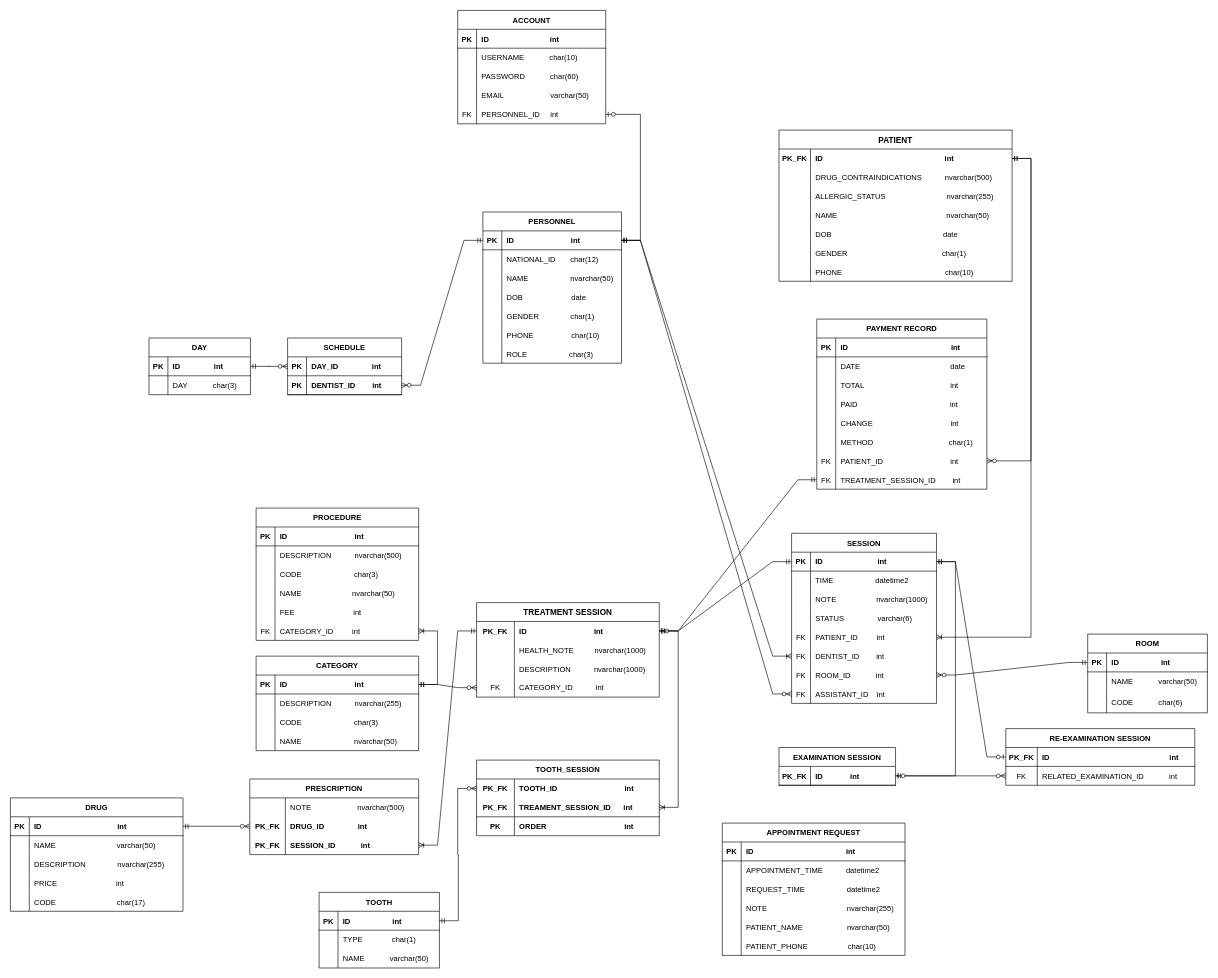
The draw.io diagram diagrams/physical-diagram.drawio in nibtr/clinic-db, before the edit. Source tidied: cells renumbered, new cells numbered last; positions are measured from the earlier drawing's top-left corner, leaving out a move shared by most shapes. Both pictures are drawn from the tidied source at 63%, with x=0, y=0 at pixel (10, 10).
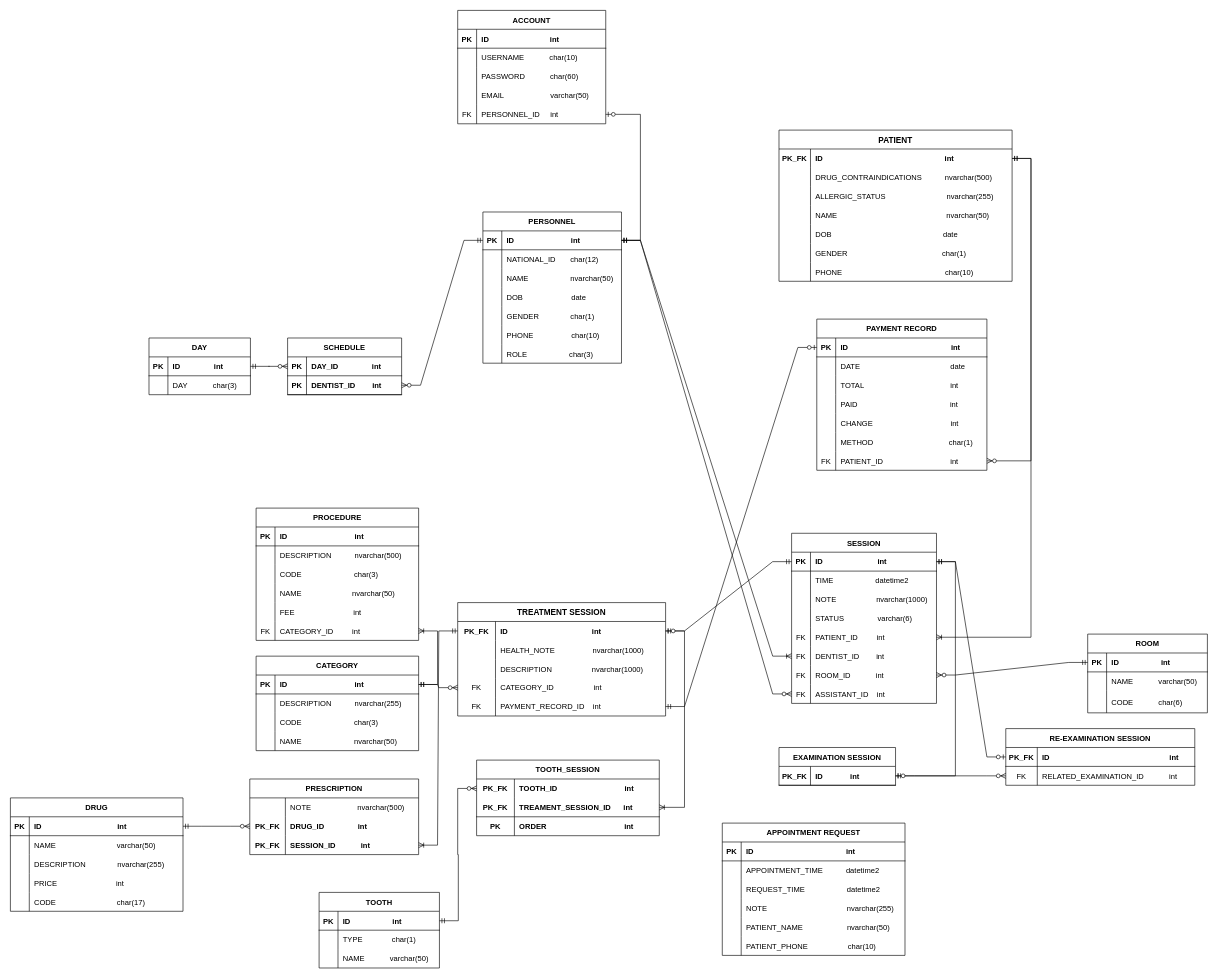
Above is the later version.

Commit message (it also covers changes not shown here):
update: fix 1-1 to 1-0 on Session-PaymentRecord

Unchanged cells that the change refers to:
```xml
<mxCell id="63" style="shape=tableRow;horizontal=0;startSize=0;swimlaneHead=0;swimlaneBody=0;fillColor=none;points=[[0,0.5],[1,0.5]];portConstraint=eastwest;top=0;left=0;right=0;bottom=1;fontSize=12;" parent="62" vertex="1">
  <mxGeometry y="30" width="270" height="30" as="geometry" />
</mxCell>
```

The edit, as a diff of the source:
```diff
@@
     <mxCell id="62" value="PAYMENT RECORD" style="shape=table;startSize=30;childLayout=tableLayout;rowLines=0;fontStyle=1;align=center;fontSize=12;" parent="1" vertex="1">
-      <mxGeometry x="1280" y="490" width="270" height="270" as="geometry" />
+      <mxGeometry x="1280" y="490" width="270" height="240" as="geometry" />
     </mxCell>
@@
-    <mxCell id="84" style="shape=tableRow;horizontal=0;startSize=0;swimlaneHead=0;swimlaneBody=0;fillColor=none;points=[[0,0.5],[1,0.5]];portConstraint=eastwest;top=0;left=0;right=0;bottom=0;fontSize=12;" parent="62" vertex="1">
-      <mxGeometry y="240" width="270" height="30" as="geometry" />
-    </mxCell>
-    <mxCell id="85" value="FK" style="shape=partialRectangle;fillColor=none;top=0;left=0;bottom=0;right=0;overflow=hidden;fontSize=12;" parent="84" vertex="1">
-      <mxGeometry width="30" height="30" as="geometry" />
-    </mxCell>
-    <mxCell id="86" value="TREATMENT_SESSION_ID        int" style="shape=partialRectangle;fillColor=none;top=0;left=0;bottom=0;right=0;align=left;spacingLeft=6;overflow=hidden;fontSize=12;" parent="84" vertex="1">
-      <mxGeometry x="30" width="240" height="30" as="geometry" />
-    </mxCell>
@@
     <mxCell id="122" value="TREATMENT SESSION" style="shape=table;startSize=30;childLayout=tableLayout;rowLines=0;fontStyle=1;align=center;fontSize=13;" parent="1" vertex="1">
-      <mxGeometry x="740" y="940" width="290" height="150" as="geometry" />
+      <mxGeometry x="710" y="940" width="330" height="180" as="geometry" />
     </mxCell>
     <mxCell id="123" style="shape=tableRow;horizontal=0;startSize=0;swimlaneHead=0;swimlaneBody=0;fillColor=none;points=[[0,0.5],[1,0.5]];portConstraint=eastwest;top=0;left=0;right=0;bottom=0;fontSize=18;" parent="122" vertex="1">
-      <mxGeometry y="30" width="290" height="30" as="geometry" />
+      <mxGeometry y="30" width="330" height="30" as="geometry" />
     </mxCell>
@@
-    <mxCell id="125" value="ID                                int" style="shape=partialRectangle;fillColor=none;top=0;left=0;bottom=0;right=0;align=left;spacingLeft=6;overflow=hidden;fontSize=12;fontStyle=1;" parent="123" vertex="1">
-      <mxGeometry x="60" width="230" height="30" as="geometry" />
+    <mxCell id="125" value="ID                                        int" style="shape=partialRectangle;fillColor=none;top=0;left=0;bottom=0;right=0;align=left;spacingLeft=6;overflow=hidden;fontSize=12;fontStyle=1;" parent="123" vertex="1">
+      <mxGeometry x="60" width="270" height="30" as="geometry" />
     </mxCell>
     <mxCell id="126" style="shape=tableRow;horizontal=0;startSize=0;swimlaneHead=0;swimlaneBody=0;fillColor=none;top=0;left=0;right=0;bottom=0;fontSize=18;" parent="122" vertex="1">
-      <mxGeometry y="60" width="290" height="30" as="geometry" />
+      <mxGeometry y="60" width="330" height="30" as="geometry" />
     </mxCell>
@@
-    <mxCell id="128" value="HEALTH_NOTE          nvarchar(1000)" style="shape=partialRectangle;fillColor=none;top=0;left=0;bottom=0;right=0;align=left;spacingLeft=6;overflow=hidden;fontSize=12;" parent="126" vertex="1">
-      <mxGeometry x="60" width="230" height="30" as="geometry" />
+    <mxCell id="128" value="HEALTH_NOTE                  nvarchar(1000)" style="shape=partialRectangle;fillColor=none;top=0;left=0;bottom=0;right=0;align=left;spacingLeft=6;overflow=hidden;fontSize=12;" parent="126" vertex="1">
+      <mxGeometry x="60" width="270" height="30" as="geometry" />
     </mxCell>
     <mxCell id="129" style="shape=tableRow;horizontal=0;startSize=0;swimlaneHead=0;swimlaneBody=0;fillColor=none;top=0;left=0;right=0;bottom=0;fontSize=18;" parent="122" vertex="1">
-      <mxGeometry y="90" width="290" height="30" as="geometry" />
+      <mxGeometry y="90" width="330" height="30" as="geometry" />
     </mxCell>
@@
-    <mxCell id="131" value="DESCRIPTION           nvarchar(1000)" style="shape=partialRectangle;fillColor=none;top=0;left=0;bottom=0;right=0;align=left;spacingLeft=6;overflow=hidden;fontSize=12;" parent="129" vertex="1">
-      <mxGeometry x="60" width="230" height="30" as="geometry" />
+    <mxCell id="131" value="DESCRIPTION                   nvarchar(1000)" style="shape=partialRectangle;fillColor=none;top=0;left=0;bottom=0;right=0;align=left;spacingLeft=6;overflow=hidden;fontSize=12;" parent="129" vertex="1">
+      <mxGeometry x="60" width="270" height="30" as="geometry" />
     </mxCell>
     <mxCell id="132" style="shape=tableRow;horizontal=0;startSize=0;swimlaneHead=0;swimlaneBody=0;fillColor=none;points=[[0,0.5],[1,0.5]];portConstraint=eastwest;top=0;left=0;right=0;bottom=0;fontSize=18;" parent="122" vertex="1">
-      <mxGeometry y="120" width="290" height="30" as="geometry" />
+      <mxGeometry y="120" width="330" height="30" as="geometry" />
     </mxCell>
@@
-    <mxCell id="134" value="CATEGORY_ID           int" style="shape=partialRectangle;fillColor=none;top=0;left=0;bottom=0;right=0;align=left;spacingLeft=6;overflow=hidden;fontSize=12;" parent="132" vertex="1">
-      <mxGeometry x="60" width="230" height="30" as="geometry" />
+    <mxCell id="134" value="CATEGORY_ID                   int" style="shape=partialRectangle;fillColor=none;top=0;left=0;bottom=0;right=0;align=left;spacingLeft=6;overflow=hidden;fontSize=12;" parent="132" vertex="1">
+      <mxGeometry x="60" width="270" height="30" as="geometry" />
     </mxCell>
+    <mxCell id="276" style="shape=tableRow;horizontal=0;startSize=0;swimlaneHead=0;swimlaneBody=0;fillColor=none;points=[[0,0.5],[1,0.5]];portConstraint=eastwest;top=0;left=0;right=0;bottom=0;fontSize=18;" parent="122" vertex="1">
+      <mxGeometry y="150" width="330" height="30" as="geometry" />
+    </mxCell>
+    <mxCell id="85" value="FK" style="shape=partialRectangle;fillColor=none;top=0;left=0;bottom=0;right=0;overflow=hidden;fontSize=12;" parent="276" vertex="1">
+      <mxGeometry width="60" height="30" as="geometry" />
+    </mxCell>
+    <mxCell id="277" value="PAYMENT_RECORD_ID    int" style="shape=partialRectangle;fillColor=none;top=0;left=0;bottom=0;right=0;align=left;spacingLeft=6;overflow=hidden;fontSize=12;" parent="276" vertex="1">
+      <mxGeometry x="60" width="270" height="30" as="geometry" />
+    </mxCell>
@@
-    <mxCell id="262" style="edgeStyle=entityRelationEdgeStyle;fontSize=12;html=1;endArrow=ERmandOne;startArrow=ERmandOne;rounded=0;" parent="1" edge="1" source="123" target="84">
-      <mxGeometry relative="1" as="geometry" />
-    </mxCell>
@@
+    <mxCell id="278" style="edgeStyle=entityRelationEdgeStyle;fontSize=12;html=1;endArrow=ERzeroToOne;startArrow=ERmandOne;rounded=0;" parent="1" edge="1" source="276" target="63">
+      <mxGeometry relative="1" as="geometry" />
+    </mxCell>
```
